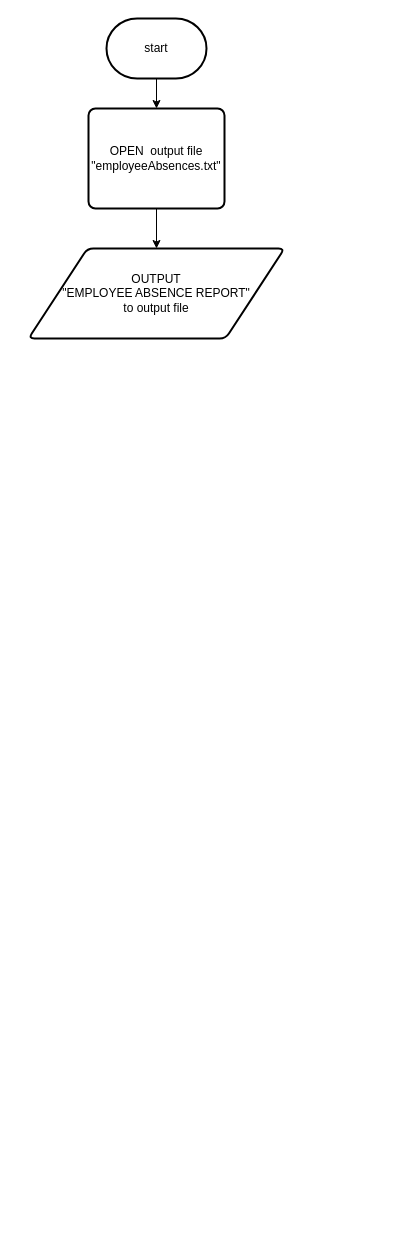
Before: Untitled Diagram.drawio in heritovo/flowcharts, a draw.io diagram. Source tidied: cells renumbered, new cells numbered last; positions are measured from the earlier drawing's top-left corner, leaving out a move shared by most shapes. Both pictures are drawn from the tidied source at 100%, with x=0, y=0 at pixel (28, 18).
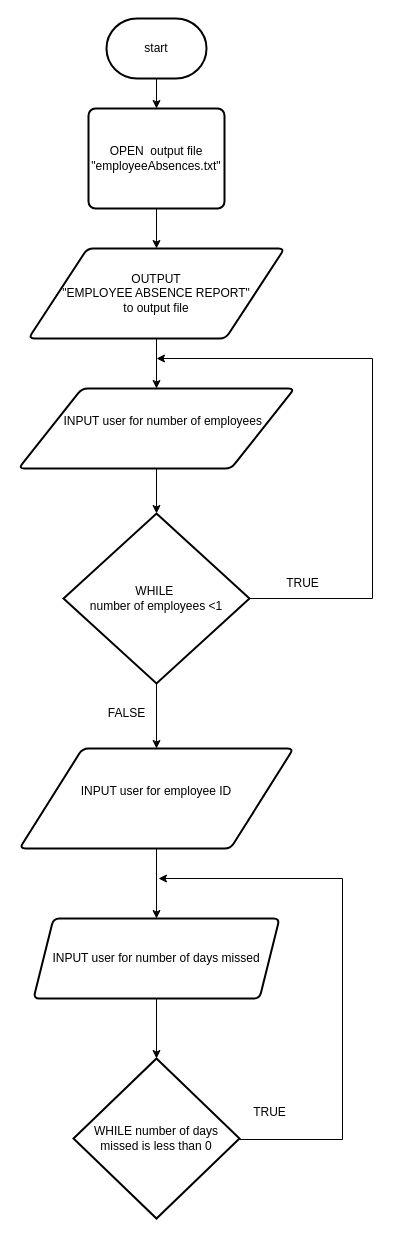
The same diagram, later.

The change refers to these unchanged cells:
```xml
<mxCell id="6" value="OUTPUT &lt;br&gt;&quot;EMPLOYEE ABSENCE REPORT&quot; &lt;br&gt;to output file" style="shape=parallelogram;html=1;strokeWidth=2;perimeter=parallelogramPerimeter;whiteSpace=wrap;rounded=1;arcSize=12;size=0.23;" parent="1" vertex="1">
  <mxGeometry y="230" width="256" height="90" as="geometry" />
</mxCell>
```

What changed in the source:
```diff
@@
+    <mxCell id="7" style="edgeStyle=orthogonalEdgeStyle;rounded=0;jettySize=auto;html=1;" parent="1" edge="1" source="6" target="9">
+      <mxGeometry relative="1" as="geometry" />
+    </mxCell>
@@
+    <mxCell id="8" style="edgeStyle=orthogonalEdgeStyle;rounded=0;jettySize=auto;html=1;" parent="1" edge="1" source="9" target="12">
+      <mxGeometry relative="1" as="geometry" />
+    </mxCell>
+    <mxCell id="9" value="&lt;div&gt;&amp;nbsp; &amp;nbsp; INPUT user for number of employees&lt;/div&gt;&lt;div&gt;&lt;br&gt;&lt;/div&gt;" style="shape=parallelogram;html=1;strokeWidth=2;perimeter=parallelogramPerimeter;whiteSpace=wrap;rounded=1;arcSize=12;size=0.23;" parent="1" vertex="1">
+      <mxGeometry x="-10" y="370" width="276" height="80" as="geometry" />
+    </mxCell>
+    <mxCell id="10" style="edgeStyle=orthogonalEdgeStyle;rounded=0;jettySize=auto;html=1;exitX=1;exitY=0.5;exitDx=0;exitDy=0;exitPerimeter=0;" parent="1" edge="1" source="12">
+      <mxGeometry relative="1" as="geometry">
+        <mxPoint x="128" y="340" as="targetPoint" />
+        <Array as="points">
+          <mxPoint x="344" y="580" />
+        </Array>
+      </mxGeometry>
+    </mxCell>
+    <mxCell id="11" style="edgeStyle=orthogonalEdgeStyle;rounded=0;jettySize=auto;html=1;exitX=0.5;exitY=1;exitDx=0;exitDy=0;exitPerimeter=0;entryX=0.5;entryY=0;entryDx=0;entryDy=0;" parent="1" edge="1" source="12" target="16">
+      <mxGeometry relative="1" as="geometry" />
+    </mxCell>
+    <mxCell id="12" value="WHILE&amp;nbsp;&lt;br&gt;number of employees &amp;lt;1" style="strokeWidth=2;html=1;shape=mxgraph.flowchart.decision;whiteSpace=wrap;" parent="1" vertex="1">
+      <mxGeometry x="35" y="495" width="186" height="170" as="geometry" />
+    </mxCell>
+    <mxCell id="13" value="TRUE" style="text;html=1;align=center;verticalAlign=middle;strokeColor=none;fillColor=none;" parent="1" vertex="1">
+      <mxGeometry x="244" y="550" width="60" height="30" as="geometry" />
+    </mxCell>
+    <mxCell id="14" value="FALSE" style="text;html=1;align=center;verticalAlign=middle;strokeColor=none;fillColor=none;" parent="1" vertex="1">
+      <mxGeometry x="68" y="680" width="60" height="30" as="geometry" />
+    </mxCell>
+    <mxCell id="15" style="edgeStyle=orthogonalEdgeStyle;rounded=0;jettySize=auto;html=1;" parent="1" edge="1" source="16" target="18">
+      <mxGeometry relative="1" as="geometry" />
+    </mxCell>
+    <mxCell id="16" value="&lt;div&gt;INPUT user for employee ID&lt;/div&gt;&lt;div&gt;&amp;nbsp; &amp;nbsp; &amp;nbsp; &amp;nbsp;&amp;nbsp;&lt;/div&gt;" style="shape=parallelogram;html=1;strokeWidth=2;perimeter=parallelogramPerimeter;whiteSpace=wrap;rounded=1;arcSize=12;size=0.23;" parent="1" vertex="1">
+      <mxGeometry x="-9" y="730" width="274" height="100" as="geometry" />
+    </mxCell>
+    <mxCell id="17" style="edgeStyle=orthogonalEdgeStyle;rounded=0;jettySize=auto;html=1;" parent="1" edge="1" source="18" target="19">
+      <mxGeometry relative="1" as="geometry" />
+    </mxCell>
+    <mxCell id="18" value="INPUT user for number of days&amp;nbsp;missed" style="shape=parallelogram;perimeter=parallelogramPerimeter;whiteSpace=wrap;html=1;fixedSize=1;strokeWidth=2;rounded=1;arcSize=12;" parent="1" vertex="1">
+      <mxGeometry x="5" y="900" width="246" height="80" as="geometry" />
+    </mxCell>
+    <mxCell id="19" value="WHILE number of days missed is less than 0" style="strokeWidth=2;html=1;shape=mxgraph.flowchart.decision;whiteSpace=wrap;" parent="1" vertex="1">
+      <mxGeometry x="45" y="1040" width="166" height="160" as="geometry" />
+    </mxCell>
+    <mxCell id="20" value="TRUE" style="text;html=1;align=center;verticalAlign=middle;strokeColor=none;fillColor=none;" parent="1" vertex="1">
+      <mxGeometry x="211" y="1079" width="60" height="30" as="geometry" />
+    </mxCell>
+    <mxCell id="21" style="edgeStyle=orthogonalEdgeStyle;rounded=0;orthogonalLoop=1;jettySize=auto;html=1;exitX=1;exitY=0.5;exitDx=0;exitDy=0;exitPerimeter=0;" parent="1" edge="1">
+      <mxGeometry relative="1" as="geometry">
+        <mxPoint x="211" y="1121" as="sourcePoint" />
+        <mxPoint x="130" y="860" as="targetPoint" />
+        <Array as="points">
+          <mxPoint x="314" y="1121" />
+          <mxPoint x="314" y="860" />
+          <mxPoint x="134" y="860" />
+        </Array>
+      </mxGeometry>
+    </mxCell>
```
